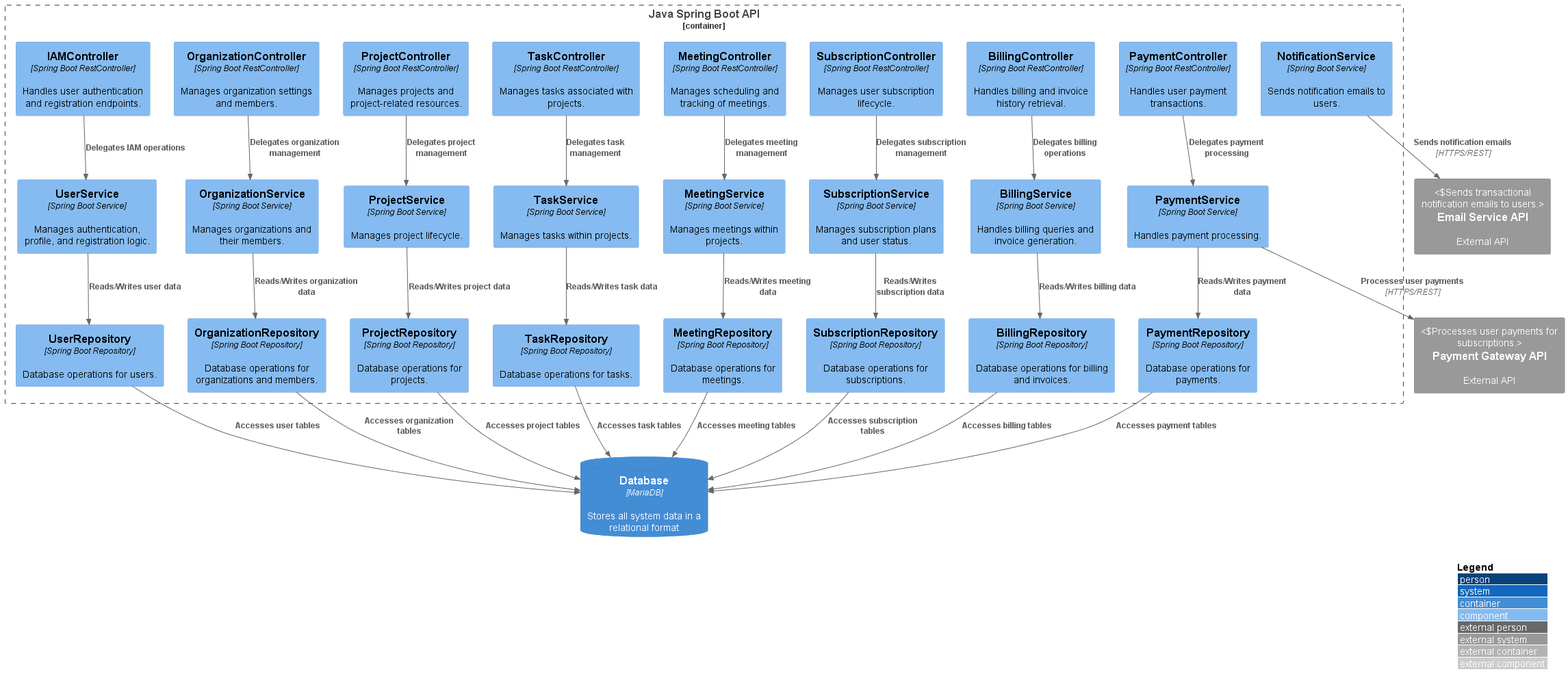
Above: img/chapter4/c4/componente/api.png in GalaxiaWonder-OpenSource/ProjectReport (PlantUML), before the change.
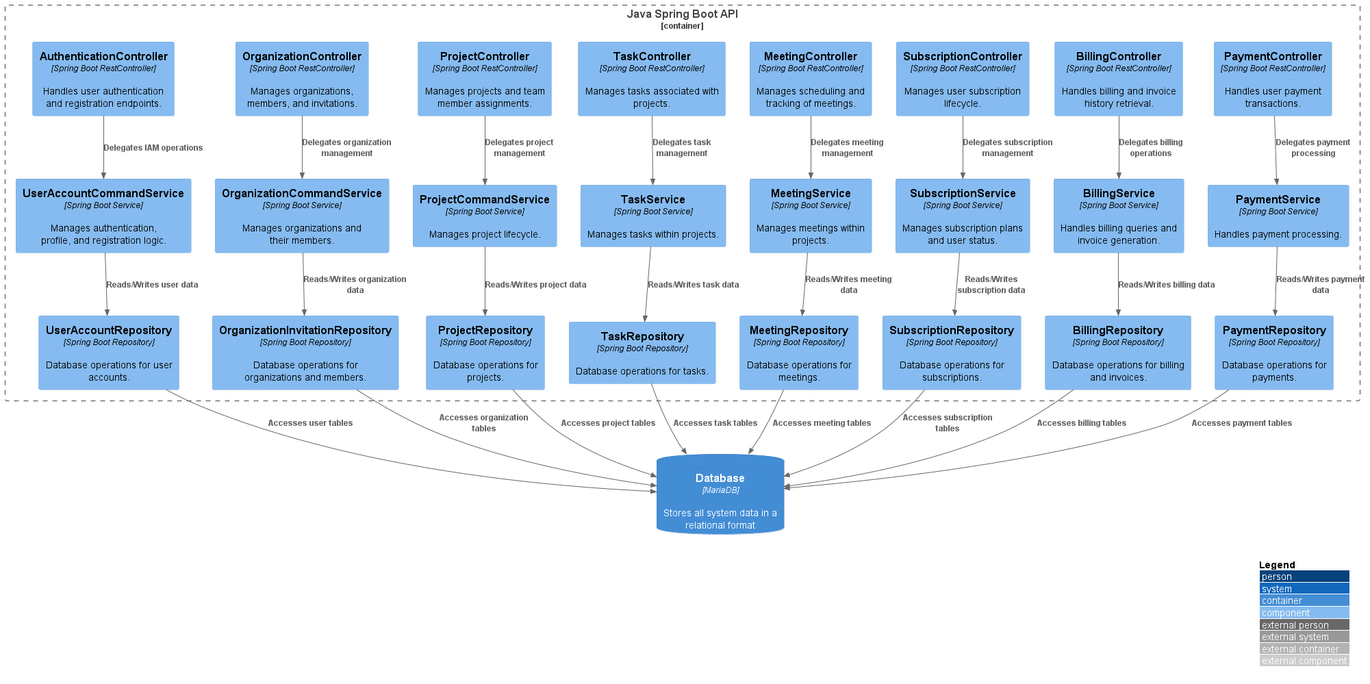
Later version of the same file.

Change to the diagram source:
```diff
@@ -6,9 +6,9 @@
 
 Container_Boundary(apiApp, "Java Spring Boot API") {
 
-    Component(IAMController, "IAMController", "Spring Boot RestController", "Handles user authentication and registration endpoints.")
-    Component(OrganizationController, "OrganizationController", "Spring Boot RestController", "Manages organization settings and members.")
-    Component(ProjectController, "ProjectController", "Spring Boot RestController", "Manages projects and project-related resources.")
+    Component(AuthenticationController, "AuthenticationController", "Spring Boot RestController", "Handles user authentication and registration endpoints.")
+    Component(OrganizationController, "OrganizationController", "Spring Boot RestController", "Manages organizations, members, and invitations.")
+    Component(ProjectController, "ProjectController", "Spring Boot RestController", "Manages projects and team member assignments.")
     Component(TaskController, "TaskController", "Spring Boot RestController", "Manages tasks associated with projects.")
     Component(MeetingController, "MeetingController", "Spring Boot RestController", "Manages scheduling and tracking of meetings.")
     Component(SubscriptionController, "SubscriptionController", "Spring Boot RestController", "Manages user subscription lifecycle.")
@@ -17,19 +17,18 @@
 
 
 
-    Component(UserService, "UserService", "Spring Boot Service", "Manages authentication, profile, and registration logic.")
-    Component(OrganizationService, "OrganizationService", "Spring Boot Service", "Manages organizations and their members.")
-    Component(ProjectService, "ProjectService", "Spring Boot Service", "Manages project lifecycle.")
+    Component(UserAccountCommandService, "UserAccountCommandService", "Spring Boot Service", "Manages authentication, profile, and registration logic.")
+    Component(OrganizationCommandService, "OrganizationCommandService", "Spring Boot Service", "Manages organizations and their members.")
+    Component(ProjectCommandService, "ProjectCommandService", "Spring Boot Service", "Manages project lifecycle.")
     Component(TaskService, "TaskService", "Spring Boot Service", "Manages tasks within projects.")
     Component(MeetingService, "MeetingService", "Spring Boot Service", "Manages meetings within projects.")
     Component(SubscriptionService, "SubscriptionService", "Spring Boot Service", "Manages subscription plans and user status.")
     Component(BillingService, "BillingService", "Spring Boot Service", "Handles billing queries and invoice generation.")
     Component(PaymentService, "PaymentService", "Spring Boot Service", "Handles payment processing.")
-    Component(NotificationService, "NotificationService", "Spring Boot Service", "Sends notification emails to users.")
 
 
-    Component(UserRepository, "UserRepository", "Spring Boot Repository", "Database operations for users.")
-    Component(OrganizationRepository, "OrganizationRepository", "Spring Boot Repository", "Database operations for organizations and members.")
+    Component(UserAccountRepository, "UserAccountRepository", "Spring Boot Repository", "Database operations for user accounts.")
+    Component(OrganizationInvitationRepository, "OrganizationInvitationRepository", "Spring Boot Repository", "Database operations for organizations and members.")
     Component(ProjectRepository, "ProjectRepository", "Spring Boot Repository", "Database operations for projects.")
     Component(TaskRepository, "TaskRepository", "Spring Boot Repository", "Database operations for tasks.")
     Component(MeetingRepository, "MeetingRepository", "Spring Boot Repository", "Database operations for meetings.")
@@ -39,30 +38,27 @@
 
 }
   ContainerDb(Database, "Database", "MariaDB", "Stores all system data in a relational format")
-  System_Ext(EmailApi, "Email Service API", "External API", "Sends transactional notification emails to users.")
-  System_Ext(PaymentApi, "Payment Gateway API", "External API", "Processes user payments for subscriptions.")
 
-
-Rel(IAMController, UserService, "Delegates IAM operations")
-Rel(OrganizationController, OrganizationService, "Delegates organization management")
-Rel(ProjectController, ProjectService, "Delegates project management")
+Rel(AuthenticationController, UserAccountCommandService, "Delegates IAM operations")
+Rel(OrganizationController, OrganizationCommandService, "Delegates organization management")
+Rel(ProjectController, ProjectCommandService, "Delegates project management")
 Rel(TaskController, TaskService, "Delegates task management")
 Rel(MeetingController, MeetingService, "Delegates meeting management")
 Rel(SubscriptionController, SubscriptionService, "Delegates subscription management")
 Rel(BillingController, BillingService, "Delegates billing operations")
 Rel(PaymentController, PaymentService, "Delegates payment processing")
 
-Rel(UserService, UserRepository, "Reads/Writes user data")
-Rel(OrganizationService, OrganizationRepository, "Reads/Writes organization data")
-Rel(ProjectService, ProjectRepository, "Reads/Writes project data")
+Rel(UserAccountCommandService, UserAccountRepository, "Reads/Writes user data")
+Rel(OrganizationCommandService, OrganizationInvitationRepository, "Reads/Writes organization data")
+Rel(ProjectCommandService, ProjectRepository, "Reads/Writes project data")
 Rel(TaskService, TaskRepository, "Reads/Writes task data")
 Rel(MeetingService, MeetingRepository, "Reads/Writes meeting data")
 Rel(SubscriptionService, SubscriptionRepository, "Reads/Writes subscription data")
 Rel(BillingService, BillingRepository, "Reads/Writes billing data")
 Rel(PaymentService, PaymentRepository, "Reads/Writes payment data")
 
-Rel(UserRepository, Database, "Accesses user tables")
-Rel(OrganizationRepository, Database, "Accesses organization tables")
+Rel(UserAccountRepository, Database, "Accesses user tables")
+Rel(OrganizationInvitationRepository, Database, "Accesses organization tables")
 Rel(ProjectRepository, Database, "Accesses project tables")
 Rel(TaskRepository, Database, "Accesses task tables")
 Rel(MeetingRepository, Database, "Accesses meeting tables")
@@ -70,8 +66,4 @@
 Rel(BillingRepository, Database, "Accesses billing tables")
 Rel(PaymentRepository, Database, "Accesses payment tables")
 
-Rel(NotificationService, EmailApi, "Sends notification emails", "HTTPS/REST")
-Rel(PaymentService, PaymentApi, "Processes user payments", "HTTPS/REST")
-
-
 @enduml
```
